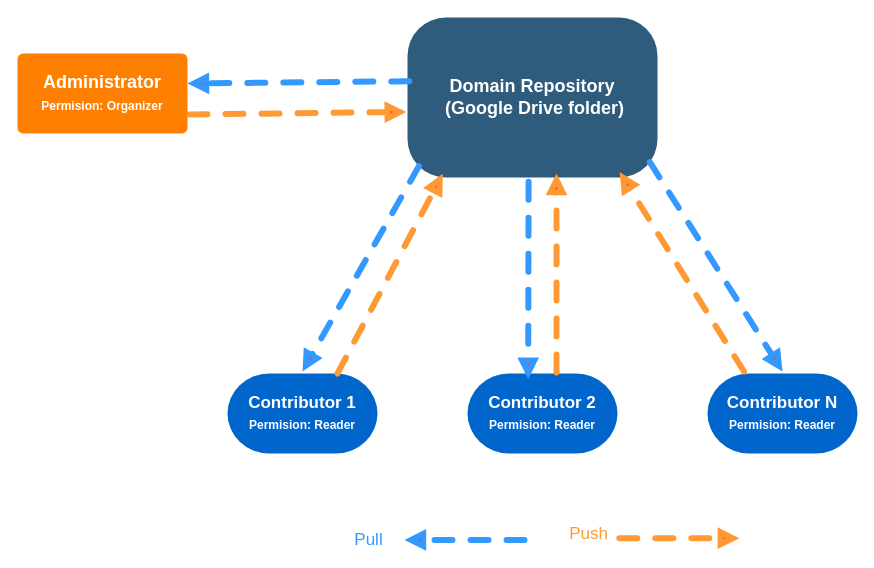
Earlier version of the draw.io diagram Writerside/resources/Sinlge_Project_Cloud_Flow_Chart.drawio (gridxdev/bluegrid-docs). Source tidied: cells renumbered, new cells numbered last; positions are measured from the earlier drawing's top-left corner, leaving out a move shared by most shapes. Both pictures are drawn from the tidied source at 100%, with x=0, y=0 at pixel (17, 17).
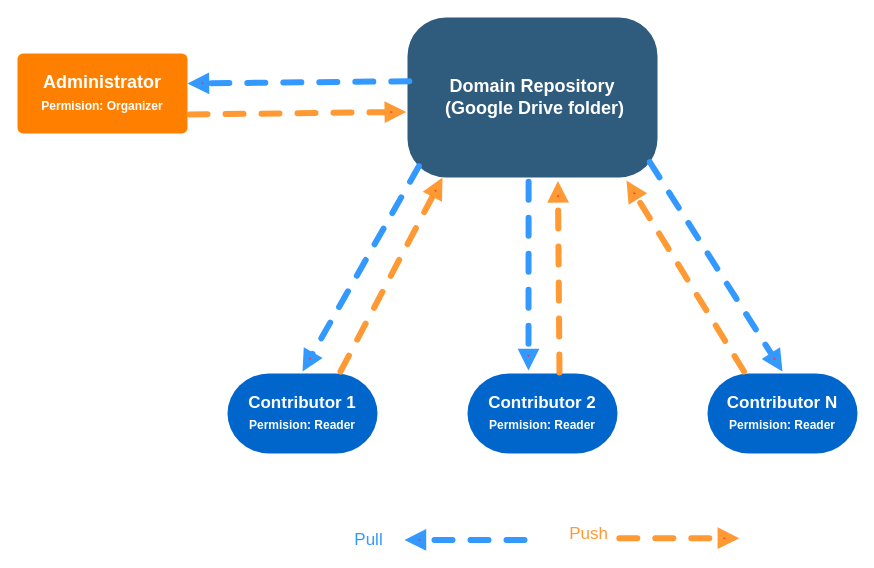
Above is the later version.

Commit message (it also covers changes not shown here):
add flow animated

Unchanged cells that the change refers to:
```xml
<mxCell id="4" value="Contributor 2&lt;div&gt;&lt;span style=&quot;font-size: 12px;&quot;&gt;Permision: Reader&lt;/span&gt;&lt;br&gt;&lt;/div&gt;" style="rounded=1;whiteSpace=wrap;html=1;shadow=0;labelBackgroundColor=none;strokeColor=none;strokeWidth=3;fillColor=#0066CC;fontFamily=Helvetica;fontSize=17;fontColor=#FFFFFF;align=center;spacing=5;fontStyle=1;arcSize=52;perimeterSpacing=2;" parent="1" vertex="1">
  <mxGeometry x="450" y="356" width="150" height="80" as="geometry" />
</mxCell>
<mxCell id="5" value="Contributor N&lt;div&gt;&lt;span style=&quot;font-size: 12px;&quot;&gt;Permision: Reader&lt;/span&gt;&lt;br&gt;&lt;/div&gt;" style="rounded=1;whiteSpace=wrap;html=1;shadow=0;labelBackgroundColor=none;strokeColor=none;strokeWidth=3;fillColor=#0066CC;fontFamily=Helvetica;fontSize=17;fontColor=#FFFFFF;align=center;spacing=5;fontStyle=1;arcSize=52;perimeterSpacing=2;" parent="1" vertex="1">
  <mxGeometry x="690" y="356" width="150" height="80" as="geometry" />
</mxCell>
<mxCell id="7" value="Domain&amp;nbsp;&lt;span style=&quot;background-color: initial;&quot;&gt;Repository&lt;/span&gt;&lt;div style=&quot;font-size: 18px;&quot;&gt;&amp;nbsp;(&lt;span style=&quot;background-color: initial;&quot;&gt;Google Drive folder)&lt;/span&gt;&lt;/div&gt;" style="rounded=1;whiteSpace=wrap;html=1;shadow=0;labelBackgroundColor=none;strokeColor=none;strokeWidth=3;fillColor=#2F5B7C;fontFamily=Helvetica;fontSize=18;fontColor=#FFFFFF;align=center;fontStyle=1;spacing=5;arcSize=24;perimeterSpacing=2;fillOpacity=100;" parent="1" vertex="1">
  <mxGeometry x="390" width="250" height="160" as="geometry" />
</mxCell>
```

Change to the diagram source:
```diff
@@
-    <mxCell id="10" style="endArrow=block;html=1;rounded=0;exitX=0.392;exitY=1.002;exitDx=0;exitDy=0;dashed=1;strokeWidth=6;flowAnimation=1;startFillColor=#3333FF;endFillColor=#FF3333;endFill=1;shadow=0;fixDash=0;fillColor=#d80073;strokeColor=#3399FF;anchorPointDirection=0;exitPerimeter=0;entryX=0.407;entryY=0.091;entryDx=0;entryDy=0;entryPerimeter=0;linecap=round;" parent="1" edge="1" target="4">
+    <mxCell id="10" style="endArrow=block;html=1;rounded=0;exitX=0.392;exitY=1.002;exitDx=0;exitDy=0;dashed=1;strokeWidth=6;flowAnimation=1;startFillColor=#3333FF;endFillColor=#FF3333;endFill=1;shadow=0;fixDash=0;fillColor=#d80073;strokeColor=#3399FF;anchorPointDirection=0;exitPerimeter=0;linecap=round;" parent="1" edge="1">
       <mxGeometry relative="1" as="geometry">
         <mxPoint x="511.1" y="164.3" as="sourcePoint" />
+        <mxPoint x="511" y="353" as="targetPoint" />
       </mxGeometry>
     </mxCell>
-    <mxCell id="11" style="endArrow=block;html=1;rounded=0;dashed=1;strokeWidth=6;flowAnimation=1;startFillColor=#3333FF;endFillColor=#FF3333;endFill=1;shadow=0;fixDash=0;fillColor=#d80073;strokeColor=#FF9933;anchorPointDirection=0;linecap=round;" parent="1" edge="1">
+    <mxCell id="11" style="endArrow=block;html=1;rounded=0;dashed=1;strokeWidth=6;flowAnimation=1;startFillColor=#3333FF;endFillColor=#FF3333;endFill=1;shadow=0;fixDash=0;fillColor=#d80073;strokeColor=#FF9933;anchorPointDirection=0;linecap=round;entryX=0.6;entryY=1.009;entryDx=0;entryDy=0;entryPerimeter=0;" parent="1" edge="1" target="7">
       <mxGeometry relative="1" as="geometry">
-        <mxPoint x="539" y="355" as="sourcePoint" />
-        <mxPoint x="539" y="156" as="targetPoint" />
+        <mxPoint x="542" y="355" as="sourcePoint" />
       </mxGeometry>
     </mxCell>
@@
-    <mxCell id="13" style="endArrow=block;html=1;rounded=0;dashed=1;strokeWidth=6;flowAnimation=1;startFillColor=#3333FF;endFillColor=#FF3333;endFill=1;shadow=0;fixDash=0;fillColor=#d80073;strokeColor=#FF9933;anchorPointDirection=0;entryX=0.147;entryY=0.965;entryDx=0;entryDy=0;entryPerimeter=0;jumpStyle=none;linecap=round;" parent="1" edge="1" target="7">
+    <mxCell id="13" style="endArrow=block;html=1;rounded=0;dashed=1;strokeWidth=6;flowAnimation=1;startFillColor=#3333FF;endFillColor=#FF3333;endFill=1;shadow=0;fixDash=0;fillColor=#d80073;strokeColor=#FF9933;anchorPointDirection=0;jumpStyle=none;linecap=round;" parent="1" edge="1">
       <mxGeometry relative="1" as="geometry">
-        <mxPoint x="320" y="356" as="sourcePoint" />
+        <mxPoint x="323" y="354" as="sourcePoint" />
+        <mxPoint x="425" y="160" as="targetPoint" />
       </mxGeometry>
     </mxCell>
@@
-    <mxCell id="15" style="endArrow=block;html=1;rounded=0;dashed=1;strokeWidth=6;flowAnimation=1;startFillColor=#3333FF;endFillColor=#FF3333;endFill=1;shadow=0;fixDash=0;fillColor=#d80073;strokeColor=#FF9933;anchorPointDirection=0;exitX=0.25;exitY=0;exitDx=0;exitDy=0;entryX=0.843;entryY=0.955;entryDx=0;entryDy=0;entryPerimeter=0;linecap=round;" parent="1" edge="1" source="5" target="7">
-      <mxGeometry relative="1" as="geometry" />
+    <mxCell id="15" style="endArrow=block;html=1;rounded=0;dashed=1;strokeWidth=6;flowAnimation=1;startFillColor=#3333FF;endFillColor=#FF3333;endFill=1;shadow=0;fixDash=0;fillColor=#d80073;strokeColor=#FF9933;anchorPointDirection=0;exitX=0.25;exitY=0;exitDx=0;exitDy=0;linecap=round;" parent="1" edge="1" source="5">
+      <mxGeometry relative="1" as="geometry">
+        <mxPoint x="609" y="163" as="targetPoint" />
+      </mxGeometry>
     </mxCell>
```
